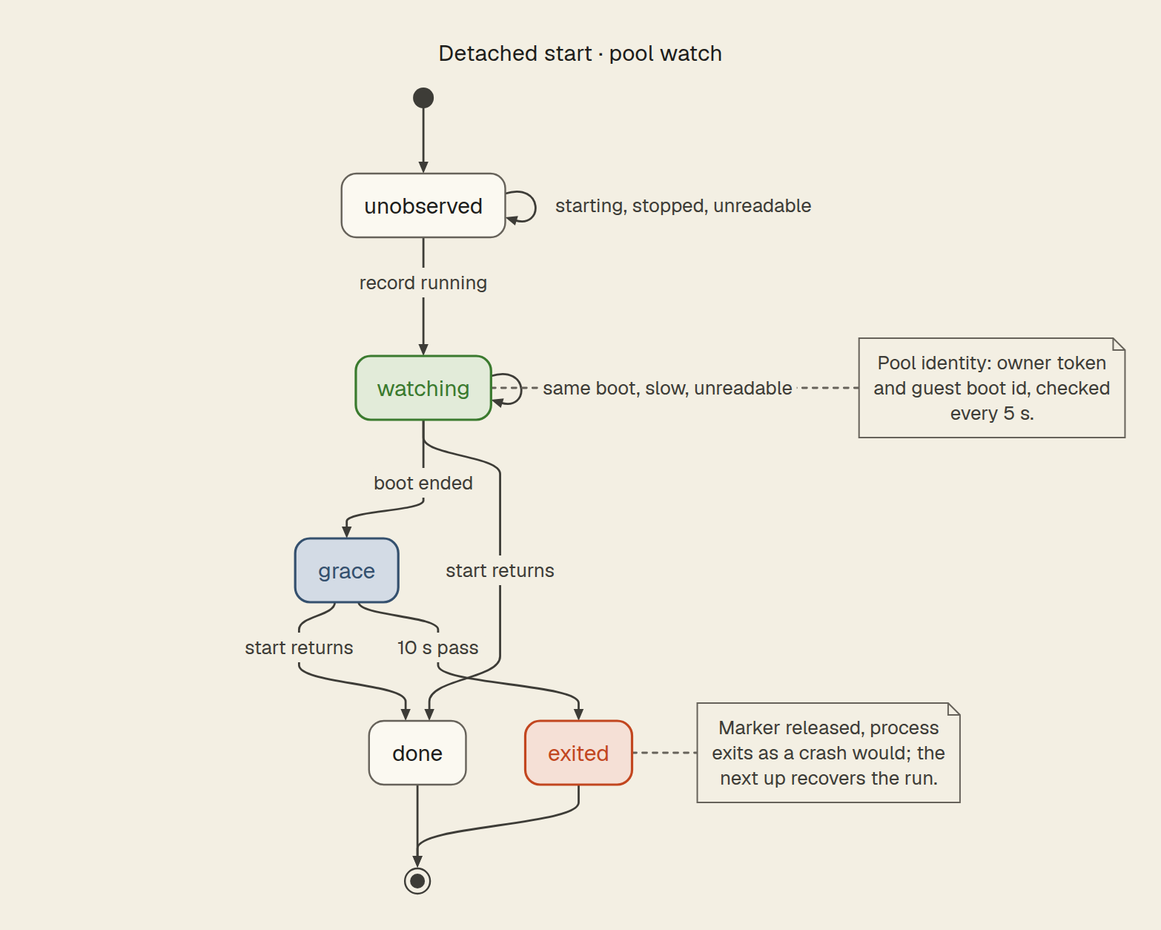
Above: docs/diagrams/native-start-pool-watch.png in hack-dance/hack (Mermaid), before the change. Its source is kept beside it as docs/diagrams/native-start-pool-watch.mmd.
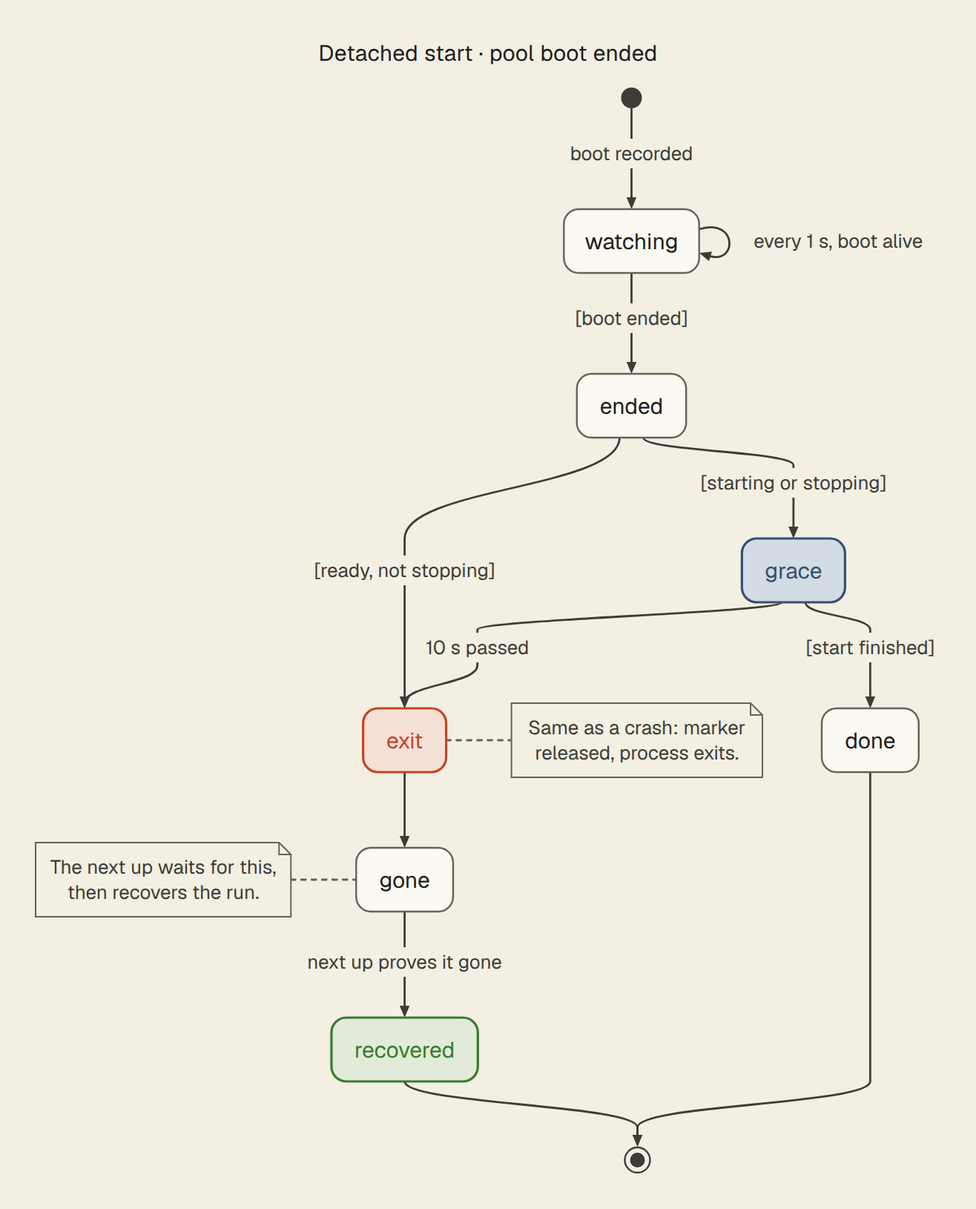
After the change.

Commit message:
docs(native): chart of the detached start's pool watch (HACK-2550)

Change to the diagram source:
```diff
@@ -1,5 +1,5 @@
 ---
-title: Detached start · pool watch
+title: Detached start · pool boot ended
 ---
 stateDiagram-v2
     direction TB
@@ -7,28 +7,28 @@
     classDef wait stroke-width:1.6px
     classDef fail stroke-width:1.6px
 
-    [*] --> unobserved
-    unobserved --> watching : record running
-    unobserved --> unobserved : starting, stopped, unreadable
-    watching --> watching : same boot, slow, unreadable
-    watching --> grace : boot ended
-    grace --> done : start returns
-    grace --> exited : 10 s pass
-    watching --> done : start returns
+    [*] --> watching : boot recorded
+    watching --> watching : every 1 s, boot alive
+    watching --> ended : [boot ended]
+    state ended <<choice>>
+    ended --> exit : [ready, not stopping]
+    ended --> grace : [starting or stopping]
+    grace --> exit : 10 s passed
+    grace --> done : [start finished]
+    exit --> gone
+    gone --> recovered : next up proves it gone
     done --> [*]
-    exited --> [*]
+    recovered --> [*]
 
-    note right of watching
-        Pool identity: owner token
-        and guest boot id, checked
-        every 5 s.
+    note right of exit
+        Same as a crash: marker
+        released, process exits.
     end note
-    note right of exited
-        Marker released, process
-        exits as a crash would; the
-        next up recovers the run.
+    note left of gone
+        The next up waits for this,
+        then recovers the run.
     end note
 
-    class watching ok
+    class recovered ok
     class grace wait
-    class exited fail
+    class exit fail
```
